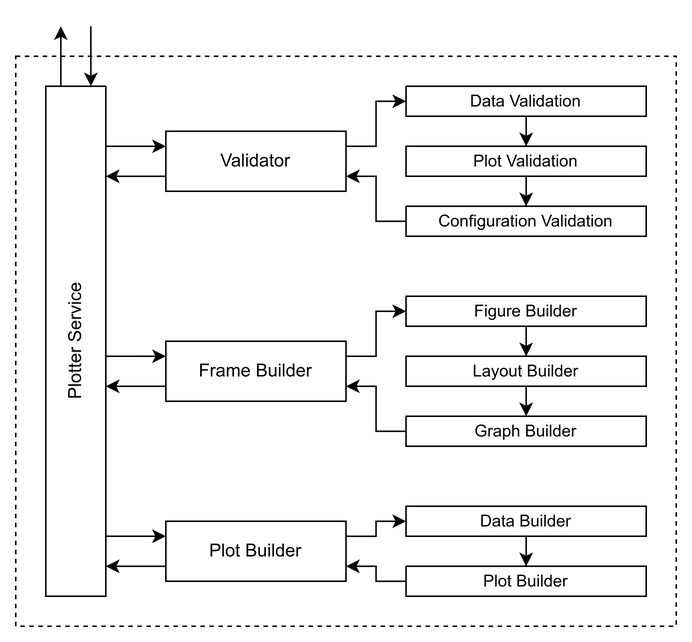
The draw.io diagram docs/schemas/plotter.v1.png in antoniomf97/easyg, before a commit. Source tidied: cells renumbered, new cells last; positions are measured from the earlier drawing's top-left corner, leaving out a move shared by most shapes.
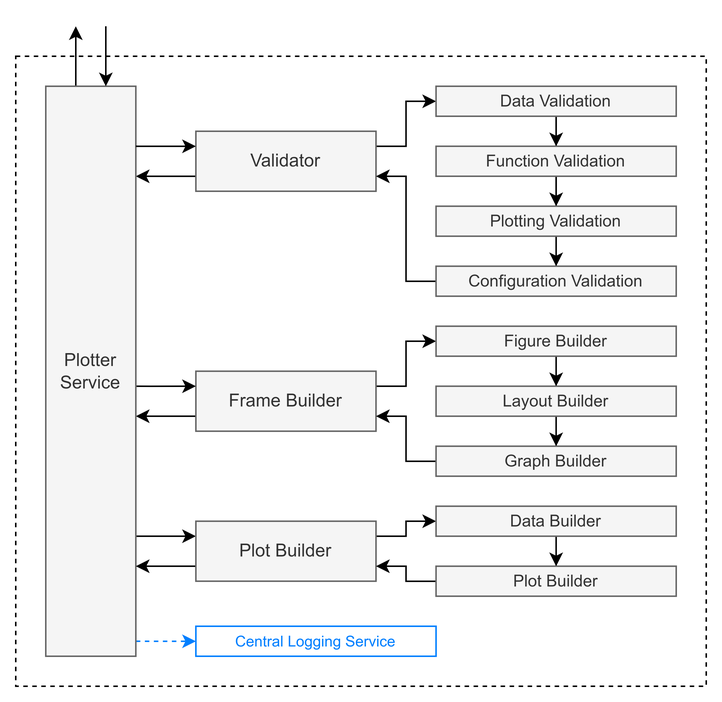
Later version of the same file.

Commit message:
Fitter architecture (#25)

Change to the diagram source:
```diff
@@ -3,9 +3,9 @@
     <mxCell id="0" />
     <mxCell id="1" parent="0" />
     <mxCell id="2" style="rounded=0;whiteSpace=wrap;html=1;fillColor=none;dashed=1;" parent="1" vertex="1">
-      <mxGeometry y="20" width="440" height="380" as="geometry" />
+      <mxGeometry x="-20" y="20" width="460" height="420" as="geometry" />
     </mxCell>
-    <mxCell id="3" style="edgeStyle=orthogonalEdgeStyle;rounded=0;jettySize=auto;html=1;" parent="1" edge="1" source="5" target="14">
+    <mxCell id="3" style="edgeStyle=orthogonalEdgeStyle;rounded=0;jettySize=auto;html=1;" parent="1" edge="1" source="5" target="16">
       <mxGeometry relative="1" as="geometry">
         <Array as="points">
           <mxPoint x="240" y="80" />
@@ -13,161 +13,185 @@
         </Array>
       </mxGeometry>
     </mxCell>
-    <mxCell id="4" style="edgeStyle=orthogonalEdgeStyle;rounded=0;jettySize=auto;html=1;" parent="1" edge="1" source="5" target="12">
+    <mxCell id="4" style="edgeStyle=orthogonalEdgeStyle;rounded=0;jettySize=auto;html=1;" parent="1" edge="1" target="13">
       <mxGeometry relative="1" as="geometry">
+        <mxPoint x="100" y="110" as="sourcePoint" />
         <Array as="points">
-          <mxPoint x="80" y="100" />
-          <mxPoint x="80" y="100" />
+          <mxPoint x="100" y="100" />
         </Array>
       </mxGeometry>
     </mxCell>
-    <mxCell id="5" value="Validator" style="rounded=0;whiteSpace=wrap;html=1;" parent="1" vertex="1">
+    <mxCell id="5" value="Validator" style="rounded=0;whiteSpace=wrap;html=1;fillColor=#f5f5f5;fontColor=#333333;strokeColor=#666666;" parent="1" vertex="1">
       <mxGeometry x="100" y="70" width="120" height="40" as="geometry" />
     </mxCell>
-    <mxCell id="6" style="edgeStyle=orthogonalEdgeStyle;rounded=0;jettySize=auto;html=1;" parent="1" edge="1" source="8" target="20">
+    <mxCell id="6" style="edgeStyle=orthogonalEdgeStyle;rounded=0;jettySize=auto;html=1;" parent="1" edge="1" source="8" target="22">
       <mxGeometry relative="1" as="geometry">
         <Array as="points">
-          <mxPoint x="240" y="220" />
-          <mxPoint x="240" y="190" />
+          <mxPoint x="240" y="240" />
+          <mxPoint x="240" y="210" />
         </Array>
       </mxGeometry>
     </mxCell>
-    <mxCell id="7" style="edgeStyle=orthogonalEdgeStyle;rounded=0;jettySize=auto;html=1;" parent="1" edge="1" source="8" target="12">
+    <mxCell id="7" style="edgeStyle=orthogonalEdgeStyle;rounded=0;jettySize=auto;html=1;" parent="1" edge="1" source="8">
       <mxGeometry relative="1" as="geometry">
+        <mxPoint x="60" y="260" as="targetPoint" />
         <Array as="points">
-          <mxPoint x="80" y="240" />
-          <mxPoint x="80" y="240" />
+          <mxPoint x="80" y="260" />
+          <mxPoint x="80" y="260" />
         </Array>
       </mxGeometry>
     </mxCell>
-    <mxCell id="8" value="Frame Builder" style="rounded=0;whiteSpace=wrap;html=1;" parent="1" vertex="1">
-      <mxGeometry x="100" y="210" width="120" height="40" as="geometry" />
+    <mxCell id="8" value="Frame Builder" style="rounded=0;whiteSpace=wrap;html=1;fillColor=#f5f5f5;fontColor=#333333;strokeColor=#666666;" parent="1" vertex="1">
+      <mxGeometry x="100" y="230" width="120" height="40" as="geometry" />
     </mxCell>
-    <mxCell id="9" style="edgeStyle=orthogonalEdgeStyle;rounded=0;jettySize=auto;html=1;entryX=0;entryY=0.25;entryDx=0;entryDy=0;" parent="1" edge="1" source="12" target="8">
+    <mxCell id="9" style="edgeStyle=orthogonalEdgeStyle;rounded=0;jettySize=auto;html=1;entryX=0;entryY=0.25;entryDx=0;entryDy=0;" parent="1" edge="1" target="8">
       <mxGeometry relative="1" as="geometry">
+        <mxPoint x="60" y="240" as="sourcePoint" />
         <Array as="points">
-          <mxPoint x="70" y="220" />
-          <mxPoint x="70" y="220" />
+          <mxPoint x="70" y="240" />
+          <mxPoint x="70" y="240" />
         </Array>
       </mxGeometry>
     </mxCell>
-    <mxCell id="10" style="edgeStyle=orthogonalEdgeStyle;rounded=0;jettySize=auto;html=1;entryX=0;entryY=0.25;entryDx=0;entryDy=0;" parent="1" edge="1" source="12" target="27">
+    <mxCell id="10" style="edgeStyle=orthogonalEdgeStyle;rounded=0;jettySize=auto;html=1;entryX=0;entryY=0.25;entryDx=0;entryDy=0;" parent="1" edge="1" target="29">
       <mxGeometry relative="1" as="geometry">
+        <mxPoint x="60" y="340" as="sourcePoint" />
         <Array as="points">
           <mxPoint x="60" y="340" />
           <mxPoint x="60" y="340" />
         </Array>
       </mxGeometry>
     </mxCell>
-    <mxCell id="11" style="edgeStyle=orthogonalEdgeStyle;rounded=0;jettySize=auto;html=1;" parent="1" edge="1" source="12">
+    <mxCell id="11" style="edgeStyle=orthogonalEdgeStyle;rounded=0;orthogonalLoop=1;jettySize=auto;html=1;" parent="1" edge="1">
       <mxGeometry relative="1" as="geometry">
-        <mxPoint x="30" as="targetPoint" />
+        <mxPoint x="20" y="40" as="sourcePoint" />
+        <mxPoint x="20" as="targetPoint" />
         <Array as="points">
-          <mxPoint x="30" />
+          <mxPoint x="20" />
         </Array>
       </mxGeometry>
     </mxCell>
-    <mxCell id="12" value="Plotter Service" style="rounded=0;whiteSpace=wrap;html=1;horizontal=0;" parent="1" vertex="1">
-      <mxGeometry x="20" y="40" width="40" height="340" as="geometry" />
+    <mxCell id="12" style="edgeStyle=orthogonalEdgeStyle;rounded=0;jettySize=auto;html=1;strokeColor=#007FFF;dashed=1;" parent="1" edge="1" target="36">
+      <mxGeometry relative="1" as="geometry">
+        <mxPoint x="60" y="410" as="sourcePoint" />
+        <Array as="points">
+          <mxPoint x="80" y="410" />
+          <mxPoint x="80" y="410" />
+        </Array>
+      </mxGeometry>
     </mxCell>
-    <mxCell id="13" style="edgeStyle=orthogonalEdgeStyle;rounded=0;jettySize=auto;html=1;fontSize=11;" parent="1" edge="1" source="14" target="16">
-      <mxGeometry relative="1" as="geometry" />
+    <mxCell id="13" value="Plotter Service" style="rounded=0;whiteSpace=wrap;html=1;horizontal=1;fontStyle=0;fillColor=#f5f5f5;fontColor=#333333;strokeColor=#666666;" parent="1" vertex="1">
+      <mxGeometry y="40" width="60" height="380" as="geometry" />
     </mxCell>
-    <mxCell id="14" value="Data Validation" style="rounded=0;whiteSpace=wrap;html=1;fontSize=11;" parent="1" vertex="1">
-      <mxGeometry x="260" y="40" width="160" height="20" as="geometry" />
+    <mxCell id="14" style="edgeStyle=orthogonalEdgeStyle;rounded=0;jettySize=auto;html=1;fontSize=11;" parent="1" edge="1" source="37" target="18">
+      <mxGeometry relative="1" as="geometry" />
     </mxCell>
-    <mxCell id="15" style="edgeStyle=orthogonalEdgeStyle;rounded=0;jettySize=auto;html=1;fontSize=11;" parent="1" edge="1" source="16" target="18">
+    <mxCell id="15" style="edgeStyle=orthogonalEdgeStyle;rounded=0;jettySize=auto;html=1;" parent="1" edge="1" source="16" target="37">
       <mxGeometry relative="1" as="geometry" />
     </mxCell>
-    <mxCell id="16" value="Plot Validation" style="rounded=0;whiteSpace=wrap;html=1;fontSize=11;" parent="1" vertex="1">
-      <mxGeometry x="260" y="80" width="160" height="20" as="geometry" />
+    <mxCell id="16" value="Data Validation" style="rounded=0;whiteSpace=wrap;html=1;fontSize=11;fillColor=#f5f5f5;fontColor=#333333;strokeColor=#666666;" parent="1" vertex="1">
+      <mxGeometry x="260" y="40" width="160" height="20" as="geometry" />
     </mxCell>
-    <mxCell id="17" style="edgeStyle=orthogonalEdgeStyle;rounded=0;jettySize=auto;html=1;" parent="1" edge="1" source="18" target="5">
-      <mxGeometry relative="1" as="geometry">
-        <Array as="points">
-          <mxPoint x="240" y="130" />
-          <mxPoint x="240" y="100" />
-        </Array>
-      </mxGeometry>
+    <mxCell id="17" style="edgeStyle=orthogonalEdgeStyle;rounded=0;jettySize=auto;html=1;fontSize=11;" parent="1" edge="1" source="18" target="20">
+      <mxGeometry relative="1" as="geometry" />
     </mxCell>
-    <mxCell id="18" value="Configuration Validation" style="rounded=0;whiteSpace=wrap;html=1;fontSize=11;" parent="1" vertex="1">
+    <mxCell id="18" value="Plotting Validation" style="rounded=0;whiteSpace=wrap;html=1;fontSize=11;fillColor=#f5f5f5;fontColor=#333333;strokeColor=#666666;" parent="1" vertex="1">
       <mxGeometry x="260" y="120" width="160" height="20" as="geometry" />
     </mxCell>
-    <mxCell id="19" style="edgeStyle=orthogonalEdgeStyle;rounded=0;jettySize=auto;html=1;fontSize=11;" parent="1" edge="1" source="20" target="22">
-      <mxGeometry relative="1" as="geometry" />
+    <mxCell id="19" style="edgeStyle=orthogonalEdgeStyle;rounded=0;jettySize=auto;html=1;" parent="1" edge="1" source="20" target="5">
+      <mxGeometry relative="1" as="geometry">
+        <Array as="points">
+          <mxPoint x="240" y="170" />
+          <mxPoint x="240" y="100" />
+        </Array>
+      </mxGeometry>
     </mxCell>
-    <mxCell id="20" value="Figure Builder" style="rounded=0;whiteSpace=wrap;html=1;fontSize=11;" parent="1" vertex="1">
-      <mxGeometry x="260" y="180" width="160" height="20" as="geometry" />
+    <mxCell id="20" value="Configuration Validation" style="rounded=0;whiteSpace=wrap;html=1;fontSize=11;fillColor=#f5f5f5;fontColor=#333333;strokeColor=#666666;" parent="1" vertex="1">
+      <mxGeometry x="260" y="160" width="160" height="20" as="geometry" />
     </mxCell>
     <mxCell id="21" style="edgeStyle=orthogonalEdgeStyle;rounded=0;jettySize=auto;html=1;fontSize=11;" parent="1" edge="1" source="22" target="24">
       <mxGeometry relative="1" as="geometry" />
     </mxCell>
-    <mxCell id="22" value="Layout Builder" style="rounded=0;whiteSpace=wrap;html=1;fontSize=11;" parent="1" vertex="1">
-      <mxGeometry x="260" y="220" width="160" height="20" as="geometry" />
+    <mxCell id="22" value="Figure Builder" style="rounded=0;whiteSpace=wrap;html=1;fontSize=11;fillColor=#f5f5f5;fontColor=#333333;strokeColor=#666666;" parent="1" vertex="1">
+      <mxGeometry x="260" y="200" width="160" height="20" as="geometry" />
     </mxCell>
-    <mxCell id="23" style="edgeStyle=orthogonalEdgeStyle;rounded=0;jettySize=auto;html=1;" parent="1" edge="1" source="24" target="8">
-      <mxGeometry relative="1" as="geometry">
-        <Array as="points">
-          <mxPoint x="240" y="270" />
-          <mxPoint x="240" y="240" />
-        </Array>
-      </mxGeometry>
+    <mxCell id="23" style="edgeStyle=orthogonalEdgeStyle;rounded=0;jettySize=auto;html=1;fontSize=11;" parent="1" edge="1" source="24" target="26">
+      <mxGeometry relative="1" as="geometry" />
     </mxCell>
-    <mxCell id="24" value="Graph Builder" style="rounded=0;whiteSpace=wrap;html=1;fontSize=11;" parent="1" vertex="1">
-      <mxGeometry x="260" y="260" width="160" height="20" as="geometry" />
+    <mxCell id="24" value="Layout Builder" style="rounded=0;whiteSpace=wrap;html=1;fontSize=11;fillColor=#f5f5f5;fontColor=#333333;strokeColor=#666666;" parent="1" vertex="1">
+      <mxGeometry x="260" y="240" width="160" height="20" as="geometry" />
     </mxCell>
-    <mxCell id="25" style="edgeStyle=orthogonalEdgeStyle;rounded=0;jettySize=auto;html=1;" parent="1" edge="1" source="27" target="29">
+    <mxCell id="25" style="edgeStyle=orthogonalEdgeStyle;rounded=0;jettySize=auto;html=1;" parent="1" edge="1" source="26" target="8">
       <mxGeometry relative="1" as="geometry">
         <Array as="points">
-          <mxPoint x="240" y="340" />
-          <mxPoint x="240" y="330" />
+          <mxPoint x="240" y="290" />
+          <mxPoint x="240" y="260" />
         </Array>
       </mxGeometry>
     </mxCell>
-    <mxCell id="26" style="edgeStyle=orthogonalEdgeStyle;rounded=0;jettySize=auto;html=1;" parent="1" edge="1" source="27" target="12">
-      <mxGeometry relative="1" as="geometry">
-        <Array as="points">
-          <mxPoint x="80" y="360" />
-          <mxPoint x="80" y="360" />
-        </Array>
-      </mxGeometry>
+    <mxCell id="26" value="Graph Builder" style="rounded=0;whiteSpace=wrap;html=1;fontSize=11;fillColor=#f5f5f5;fontColor=#333333;strokeColor=#666666;" parent="1" vertex="1">
+      <mxGeometry x="260" y="280" width="160" height="20" as="geometry" />
     </mxCell>
-    <mxCell id="27" value="Plot Builder" style="rounded=0;whiteSpace=wrap;html=1;" parent="1" vertex="1">
-      <mxGeometry x="100" y="330" width="120" height="40" as="geometry" />
+    <mxCell id="27" style="edgeStyle=orthogonalEdgeStyle;rounded=0;jettySize=auto;html=1;" parent="1" edge="1" source="29" target="31">
+      <mxGeometry relative="1" as="geometry">
+        <Array as="points">
+          <mxPoint x="240" y="340" />
+          <mxPoint x="240" y="330" />
+        </Array>
+      </mxGeometry>
     </mxCell>
-    <mxCell id="28" style="edgeStyle=orthogonalEdgeStyle;rounded=0;jettySize=auto;html=1;fontSize=11;" parent="1" edge="1" source="29" target="31">
-      <mxGeometry relative="1" as="geometry" />
+    <mxCell id="28" style="edgeStyle=orthogonalEdgeStyle;rounded=0;jettySize=auto;html=1;" parent="1" edge="1" source="29">
+      <mxGeometry relative="1" as="geometry">
+        <mxPoint x="60" y="360" as="targetPoint" />
+        <Array as="points">
+          <mxPoint x="80" y="360" />
+          <mxPoint x="80" y="360" />
+        </Array>
+      </mxGeometry>
     </mxCell>
-    <mxCell id="29" value="Data Builder" style="rounded=0;whiteSpace=wrap;html=1;fontSize=11;" parent="1" vertex="1">
-      <mxGeometry x="260" y="320" width="160" height="20" as="geometry" />
+    <mxCell id="29" value="Plot Builder" style="rounded=0;whiteSpace=wrap;html=1;fillColor=#f5f5f5;fontColor=#333333;strokeColor=#666666;" parent="1" vertex="1">
+      <mxGeometry x="100" y="330" width="120" height="40" as="geometry" />
     </mxCell>
-    <mxCell id="30" style="edgeStyle=orthogonalEdgeStyle;rounded=0;jettySize=auto;html=1;" parent="1" edge="1" source="31" target="27">
-      <mxGeometry relative="1" as="geometry">
-        <Array as="points">
-          <mxPoint x="240" y="370" />
-          <mxPoint x="240" y="360" />
-        </Array>
-      </mxGeometry>
+    <mxCell id="30" style="edgeStyle=orthogonalEdgeStyle;rounded=0;jettySize=auto;html=1;fontSize=11;" parent="1" edge="1" source="31" target="33">
+      <mxGeometry relative="1" as="geometry" />
     </mxCell>
-    <mxCell id="31" value="Plot Builder" style="rounded=0;whiteSpace=wrap;html=1;fontSize=11;" parent="1" vertex="1">
-      <mxGeometry x="260" y="360" width="160" height="20" as="geometry" />
+    <mxCell id="31" value="Data Builder" style="rounded=0;whiteSpace=wrap;html=1;fontSize=11;fillColor=#f5f5f5;fontColor=#333333;strokeColor=#666666;" parent="1" vertex="1">
+      <mxGeometry x="260" y="320" width="160" height="20" as="geometry" />
     </mxCell>
-    <mxCell id="32" style="edgeStyle=orthogonalEdgeStyle;rounded=0;jettySize=auto;html=1;" parent="1" edge="1" source="12" target="5">
+    <mxCell id="32" style="edgeStyle=orthogonalEdgeStyle;rounded=0;jettySize=auto;html=1;" parent="1" edge="1" source="33" target="29">
       <mxGeometry relative="1" as="geometry">
         <Array as="points">
-          <mxPoint x="90" y="80" />
-          <mxPoint x="90" y="80" />
+          <mxPoint x="240" y="370" />
+          <mxPoint x="240" y="360" />
         </Array>
       </mxGeometry>
     </mxCell>
-    <mxCell id="33" style="edgeStyle=orthogonalEdgeStyle;rounded=0;jettySize=auto;html=1;" parent="1" edge="1" target="12">
-      <mxGeometry relative="1" as="geometry">
-        <mxPoint x="50" as="sourcePoint" />
-        <Array as="points">
-          <mxPoint x="50" y="20" />
-          <mxPoint x="50" y="20" />
-        </Array>
-      </mxGeometry>
+    <mxCell id="33" value="Plot Builder" style="rounded=0;whiteSpace=wrap;html=1;fontSize=11;fillColor=#f5f5f5;fontColor=#333333;strokeColor=#666666;" parent="1" vertex="1">
+      <mxGeometry x="260" y="360" width="160" height="20" as="geometry" />
     </mxCell>
+    <mxCell id="34" style="edgeStyle=orthogonalEdgeStyle;rounded=0;jettySize=auto;html=1;" parent="1" edge="1" source="13" target="5">
+      <mxGeometry relative="1" as="geometry">
+        <Array as="points">
+          <mxPoint x="90" y="80" />
+          <mxPoint x="90" y="80" />
+        </Array>
+      </mxGeometry>
+    </mxCell>
+    <mxCell id="35" style="edgeStyle=orthogonalEdgeStyle;rounded=0;orthogonalLoop=1;jettySize=auto;html=1;" parent="1" edge="1">
+      <mxGeometry relative="1" as="geometry">
+        <mxPoint x="40" as="sourcePoint" />
+        <mxPoint x="40" y="40" as="targetPoint" />
+        <Array as="points">
+          <mxPoint x="40" y="20" />
+          <mxPoint x="40" y="20" />
+        </Array>
+      </mxGeometry>
+    </mxCell>
+    <mxCell id="36" value="Central Logging Service" style="rounded=0;whiteSpace=wrap;html=1;horizontal=1;strokeColor=#007FFF;fontColor=#007FFF;fontSize=10;" parent="1" vertex="1">
+      <mxGeometry x="100" y="400" width="160" height="20" as="geometry" />
+    </mxCell>
+    <mxCell id="37" value="Function Validation" style="rounded=0;whiteSpace=wrap;html=1;fontSize=11;fillColor=#f5f5f5;fontColor=#333333;strokeColor=#666666;" parent="1" vertex="1">
+      <mxGeometry x="260" y="80" width="160" height="20" as="geometry" />
+    </mxCell>
   </root>
 </mxGraphModel>
```
